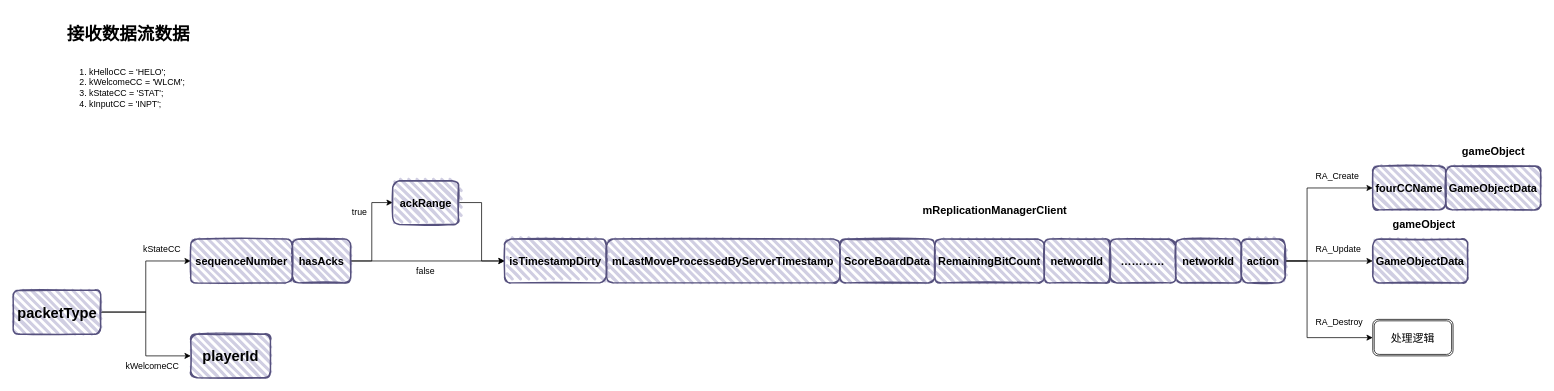
Earlier version of the draw.io diagram page "第 10 页" (10 of 16) of 未命名绘图.drawio (jialin0x7c9/Learning). Source tidied: cells renumbered, new cells numbered last; positions are measured from the earlier drawing's top-left corner, leaving out a move shared by most shapes. Both pictures are drawn from the tidied source at 73%, with x=0, y=0 at pixel (13, 12).
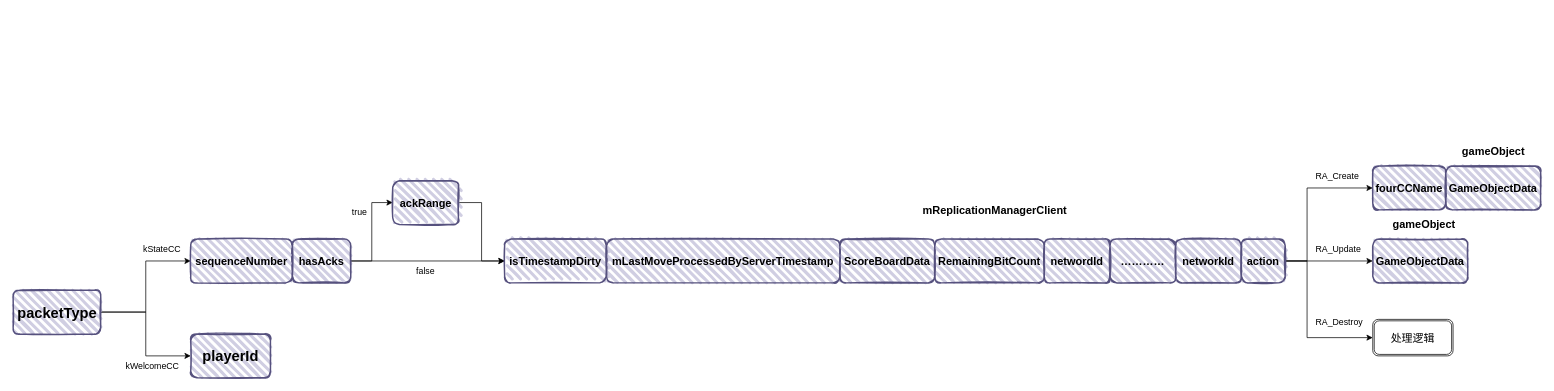
After the change.

The edit, as a diff of the source:
```diff
@@
-    <mxCell id="2" value="接收数据流数据" style="text;strokeColor=none;fillColor=none;html=1;fontSize=24;fontStyle=1;verticalAlign=middle;align=center;" parent="1" vertex="1">
-      <mxGeometry x="52" width="209" height="60" as="geometry" />
-    </mxCell>
@@
-    <mxCell id="6" value="&lt;ol&gt;&lt;li&gt;kHelloCC = 'HELO';&lt;/li&gt;&lt;li&gt;kWelcomeCC = 'WLCM';&lt;/li&gt;&lt;li&gt;kStateCC = 'STAT';&lt;/li&gt;&lt;li&gt;kInputCC = 'INPT';&lt;br&gt;&lt;/li&gt;&lt;/ol&gt;" style="text;strokeColor=none;fillColor=none;html=1;whiteSpace=wrap;verticalAlign=middle;overflow=hidden;" parent="1" vertex="1">
-      <mxGeometry x="61.5" y="60" width="261" height="80" as="geometry" />
-    </mxCell>
```
